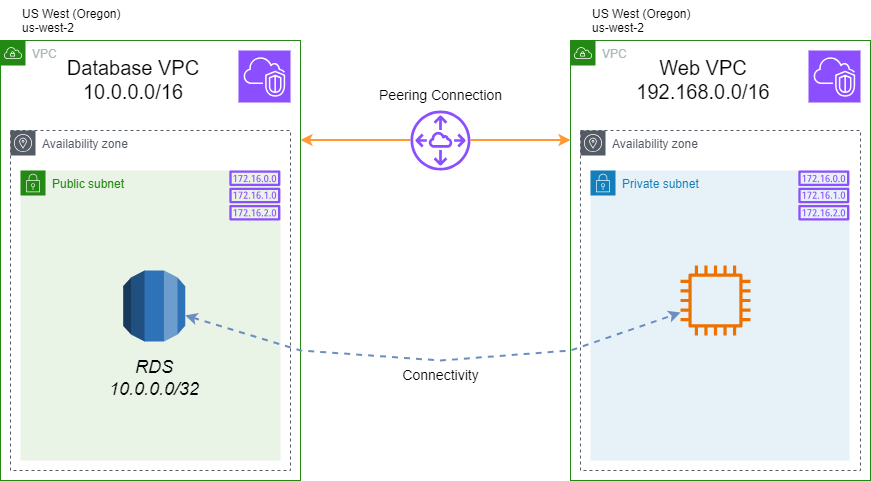
gustavos86/gustavos86.github.io keeps this draw.io diagram as images/2023/09-25-VPC/12-VPC-peering-connection-diagram.png. Above is the earlier version. Source tidied: cells renumbered, new cells last; positions are measured from the earlier drawing's top-left corner, leaving out a move shared by most shapes. Source of this version:
```xml
<mxGraphModel>
  <root>
    <mxCell id="0" />
    <mxCell id="1" parent="0" />
    <mxCell id="2" value="Availability zone" style="sketch=0;gradientColor=none;html=1;whiteSpace=wrap;fontSize=12;fontStyle=0;shape=mxgraph.aws4.group;grIcon=mxgraph.aws4.group_availability_zone;strokeColor=#545B64;fillColor=none;verticalAlign=top;align=left;spacingLeft=30;fontColor=#545B64;dashed=1;" parent="1" vertex="1">
      <mxGeometry x="580" y="130" width="280" height="340" as="geometry" />
    </mxCell>
    <mxCell id="3" value="Private subnet" style="gradientColor=none;html=1;whiteSpace=wrap;fontSize=12;fontStyle=0;shape=mxgraph.aws4.group;grIcon=mxgraph.aws4.group_security_group;grStroke=0;strokeColor=#147EBA;fillColor=#E6F2F8;verticalAlign=top;align=left;spacingLeft=30;fontColor=#147EBA;dashed=0;" parent="1" vertex="1">
      <mxGeometry x="590" y="170" width="259" height="290" as="geometry" />
    </mxCell>
    <mxCell id="4" value="VPC" style="gradientColor=none;html=1;whiteSpace=wrap;fontSize=12;fontStyle=0;shape=mxgraph.aws4.group;grIcon=mxgraph.aws4.group_vpc;strokeColor=#248814;fillColor=none;verticalAlign=top;align=left;spacingLeft=30;fontColor=#AAB7B8;dashed=0;" parent="1" vertex="1">
      <mxGeometry y="40" width="300" height="440" as="geometry" />
    </mxCell>
    <mxCell id="5" style="sketch=0;fontColor=#232F3E;fillColor=#8C4FFF;strokeColor=#ffffff;dashed=0;verticalLabelPosition=bottom;verticalAlign=top;align=center;html=1;fontSize=12;fontStyle=0;shape=mxgraph.aws4.resourceIcon;resIcon=mxgraph.aws4.vpc;" parent="1" vertex="1">
      <mxGeometry x="238" y="50" width="52" height="52" as="geometry" />
    </mxCell>
    <mxCell id="6" value="US West (Oregon)&#10;us-west-2" style="text;whiteSpace=wrap;" parent="1" vertex="1">
      <mxGeometry x="20" width="130" height="50" as="geometry" />
    </mxCell>
    <mxCell id="7" value="Availability zone" style="sketch=0;gradientColor=none;html=1;whiteSpace=wrap;fontSize=12;fontStyle=0;shape=mxgraph.aws4.group;grIcon=mxgraph.aws4.group_availability_zone;strokeColor=#545B64;fillColor=none;verticalAlign=top;align=left;spacingLeft=30;fontColor=#545B64;dashed=1;" parent="1" vertex="1">
      <mxGeometry x="10" y="130" width="280" height="340" as="geometry" />
    </mxCell>
    <mxCell id="8" value="Public subnet" style="gradientColor=none;html=1;whiteSpace=wrap;fontSize=12;fontStyle=0;shape=mxgraph.aws4.group;grIcon=mxgraph.aws4.group_security_group;grStroke=0;strokeColor=#248814;fillColor=#E9F3E6;verticalAlign=top;align=left;spacingLeft=30;fontColor=#248814;dashed=0;" parent="1" vertex="1">
      <mxGeometry x="20" y="170" width="260" height="290" as="geometry" />
    </mxCell>
    <mxCell id="9" value="RDS&#10;10.0.0.0/32" style="text;whiteSpace=wrap;align=center;fontSize=18;fontStyle=2;" parent="8" vertex="1">
      <mxGeometry x="60" y="180" width="147.5" height="40" as="geometry" />
    </mxCell>
    <mxCell id="10" style="outlineConnect=0;dashed=0;verticalLabelPosition=bottom;verticalAlign=top;align=center;html=1;shape=mxgraph.aws3.rds;fillColor=#2E73B8;gradientColor=none;" parent="8" vertex="1">
      <mxGeometry x="102.8" y="100" width="62" height="71" as="geometry" />
    </mxCell>
    <mxCell id="11" value="Database VPC&#10;10.0.0.0/16" style="text;whiteSpace=wrap;align=center;fontSize=20;" parent="1" vertex="1">
      <mxGeometry x="44" y="49" width="178" height="70" as="geometry" />
    </mxCell>
    <mxCell id="12" style="sketch=0;fontColor=#232F3E;gradientColor=none;fillColor=#8C4FFF;strokeColor=none;dashed=0;verticalLabelPosition=bottom;verticalAlign=top;align=center;html=1;fontSize=12;fontStyle=0;shape=mxgraph.aws4.route_table;" parent="1" vertex="1">
      <mxGeometry x="228.7" y="170" width="51.3" height="50" as="geometry" />
    </mxCell>
    <mxCell id="13" style="sketch=0;outlineConnect=0;fontColor=#232F3E;gradientColor=none;fillColor=#ED7100;strokeColor=none;dashed=0;verticalLabelPosition=bottom;verticalAlign=top;align=center;html=1;fontSize=12;fontStyle=0;shape=mxgraph.aws4.instance2;" parent="1" vertex="1">
      <mxGeometry x="680" y="265" width="70" height="70" as="geometry" />
    </mxCell>
    <mxCell id="14" value="VPC" style="gradientColor=none;html=1;whiteSpace=wrap;fontSize=12;fontStyle=0;shape=mxgraph.aws4.group;grIcon=mxgraph.aws4.group_vpc;strokeColor=#248814;fillColor=none;verticalAlign=top;align=left;spacingLeft=30;fontColor=#AAB7B8;dashed=0;" parent="1" vertex="1">
      <mxGeometry x="570" y="40" width="300" height="440" as="geometry" />
    </mxCell>
    <mxCell id="15" style="sketch=0;fontColor=#232F3E;fillColor=#8C4FFF;strokeColor=#ffffff;dashed=0;verticalLabelPosition=bottom;verticalAlign=top;align=center;html=1;fontSize=12;fontStyle=0;shape=mxgraph.aws4.resourceIcon;resIcon=mxgraph.aws4.vpc;" parent="1" vertex="1">
      <mxGeometry x="808" y="50" width="52" height="52" as="geometry" />
    </mxCell>
    <mxCell id="16" value="US West (Oregon)&#10;us-west-2" style="text;whiteSpace=wrap;" parent="1" vertex="1">
      <mxGeometry x="590" width="130" height="50" as="geometry" />
    </mxCell>
    <mxCell id="17" value="Web VPC&#10;192.168.0.0/16" style="text;whiteSpace=wrap;align=center;fontSize=20;" parent="1" vertex="1">
      <mxGeometry x="614" y="49" width="178" height="70" as="geometry" />
    </mxCell>
    <mxCell id="18" style="sketch=0;fontColor=#232F3E;gradientColor=none;fillColor=#8C4FFF;strokeColor=none;dashed=0;verticalLabelPosition=bottom;verticalAlign=top;align=center;html=1;fontSize=12;fontStyle=0;shape=mxgraph.aws4.route_table;" parent="1" vertex="1">
      <mxGeometry x="797.7" y="170" width="51.3" height="50" as="geometry" />
    </mxCell>
    <mxCell id="19" style="sketch=0;fontColor=#232F3E;gradientColor=none;fillColor=#8C4FFF;strokeColor=none;dashed=0;verticalLabelPosition=bottom;verticalAlign=top;align=center;html=1;fontSize=12;fontStyle=0;shape=mxgraph.aws4.peering;" parent="1" vertex="1">
      <mxGeometry x="410" y="110" width="60" height="60" as="geometry" />
    </mxCell>
    <mxCell id="20" value="&lt;font style=&quot;font-size: 14px;&quot;&gt;Peering Connection&lt;/font&gt;" style="text;html=1;align=center;verticalAlign=middle;strokeColor=none;fillColor=none;" parent="1" vertex="1">
      <mxGeometry x="365" y="80" width="150" height="30" as="geometry" />
    </mxCell>
    <mxCell id="21" style="endArrow=classic;html=1;rounded=0;strokeWidth=2;strokeColor=#FF9933;" parent="1" edge="1">
      <mxGeometry relative="1" as="geometry">
        <mxPoint x="410" y="139.5" as="sourcePoint" />
        <mxPoint x="300" y="139.5" as="targetPoint" />
      </mxGeometry>
    </mxCell>
    <mxCell id="22" style="endArrow=classic;html=1;rounded=0;strokeWidth=2;strokeColor=#FF9933;" parent="1" edge="1">
      <mxGeometry relative="1" as="geometry">
        <mxPoint x="470" y="139.5" as="sourcePoint" />
        <mxPoint x="570" y="139.5" as="targetPoint" />
      </mxGeometry>
    </mxCell>
    <mxCell id="23" style="endArrow=classic;startArrow=classic;html=1;rounded=0;dashed=1;fillColor=#dae8fc;strokeColor=#6c8ebf;strokeWidth=2;" parent="1" edge="1" source="10" target="13">
      <mxGeometry relative="1" as="geometry">
        <Array as="points">
          <mxPoint x="300" y="350" />
          <mxPoint x="440" y="360" />
          <mxPoint x="570" y="350" />
        </Array>
      </mxGeometry>
    </mxCell>
    <mxCell id="24" value="&lt;font style=&quot;font-size: 14px;&quot;&gt;Connectivity&lt;/font&gt;" style="text;html=1;align=center;verticalAlign=middle;strokeColor=none;fillColor=none;" parent="1" vertex="1">
      <mxGeometry x="390" y="360" width="100" height="30" as="geometry" />
    </mxCell>
  </root>
</mxGraphModel>
```
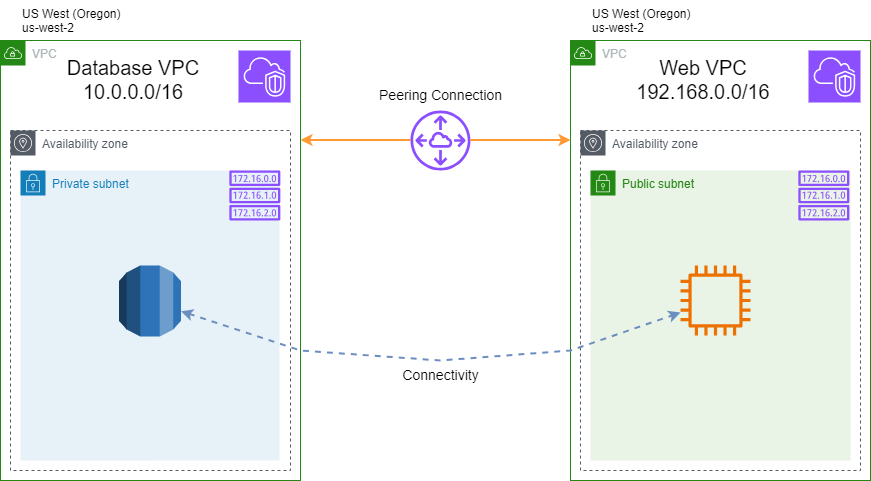
Later version of the same file.

Commit message:
VPC updating diagram

What changed in the source:
```diff
@@ -6,7 +6,7 @@
       <mxGeometry x="580" y="130" width="280" height="340" as="geometry" />
     </mxCell>
     <mxCell id="3" value="Private subnet" style="gradientColor=none;html=1;whiteSpace=wrap;fontSize=12;fontStyle=0;shape=mxgraph.aws4.group;grIcon=mxgraph.aws4.group_security_group;grStroke=0;strokeColor=#147EBA;fillColor=#E6F2F8;verticalAlign=top;align=left;spacingLeft=30;fontColor=#147EBA;dashed=0;" parent="1" vertex="1">
-      <mxGeometry x="590" y="170" width="259" height="290" as="geometry" />
+      <mxGeometry x="20" y="170" width="259" height="290" as="geometry" />
     </mxCell>
     <mxCell id="4" value="VPC" style="gradientColor=none;html=1;whiteSpace=wrap;fontSize=12;fontStyle=0;shape=mxgraph.aws4.group;grIcon=mxgraph.aws4.group_vpc;strokeColor=#248814;fillColor=none;verticalAlign=top;align=left;spacingLeft=30;fontColor=#AAB7B8;dashed=0;" parent="1" vertex="1">
       <mxGeometry y="40" width="300" height="440" as="geometry" />
@@ -21,14 +21,8 @@
       <mxGeometry x="10" y="130" width="280" height="340" as="geometry" />
     </mxCell>
     <mxCell id="8" value="Public subnet" style="gradientColor=none;html=1;whiteSpace=wrap;fontSize=12;fontStyle=0;shape=mxgraph.aws4.group;grIcon=mxgraph.aws4.group_security_group;grStroke=0;strokeColor=#248814;fillColor=#E9F3E6;verticalAlign=top;align=left;spacingLeft=30;fontColor=#248814;dashed=0;" parent="1" vertex="1">
-      <mxGeometry x="20" y="170" width="260" height="290" as="geometry" />
+      <mxGeometry x="590" y="170" width="260" height="290" as="geometry" />
     </mxCell>
-    <mxCell id="9" value="RDS&#10;10.0.0.0/32" style="text;whiteSpace=wrap;align=center;fontSize=18;fontStyle=2;" parent="8" vertex="1">
-      <mxGeometry x="60" y="180" width="147.5" height="40" as="geometry" />
-    </mxCell>
-    <mxCell id="10" style="outlineConnect=0;dashed=0;verticalLabelPosition=bottom;verticalAlign=top;align=center;html=1;shape=mxgraph.aws3.rds;fillColor=#2E73B8;gradientColor=none;" parent="8" vertex="1">
-      <mxGeometry x="102.8" y="100" width="62" height="71" as="geometry" />
-    </mxCell>
     <mxCell id="11" value="Database VPC&#10;10.0.0.0/16" style="text;whiteSpace=wrap;align=center;fontSize=20;" parent="1" vertex="1">
       <mxGeometry x="44" y="49" width="178" height="70" as="geometry" />
     </mxCell>
@@ -83,5 +77,8 @@
     <mxCell id="24" value="&lt;font style=&quot;font-size: 14px;&quot;&gt;Connectivity&lt;/font&gt;" style="text;html=1;align=center;verticalAlign=middle;strokeColor=none;fillColor=none;" parent="1" vertex="1">
       <mxGeometry x="390" y="360" width="100" height="30" as="geometry" />
     </mxCell>
+    <mxCell id="10" style="outlineConnect=0;dashed=0;verticalLabelPosition=bottom;verticalAlign=top;align=center;html=1;shape=mxgraph.aws3.rds;fillColor=#2E73B8;gradientColor=none;" parent="1" vertex="1">
+      <mxGeometry x="118.5" y="265" width="62" height="71" as="geometry" />
+    </mxCell>
   </root>
 </mxGraphModel>
```
